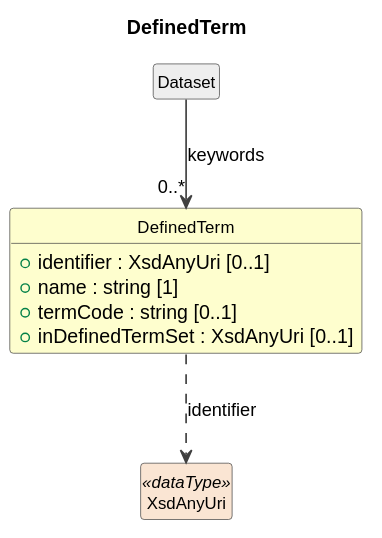
Cross-Domain-Interoperability-Framework/metadataBuildingBlocks keeps this PlantUML diagram as cdif-uml-model/_plantuml/cdifDiscovery/Classes/DefinedTerm.svg. Above is the earlier version. The source it was exported from:
```plantuml
@startuml
title DefinedTerm
hide circle
hide empty members
skinparam shadowing false
skinparam ArrowThickness 1.2
skinparam class {
  ArrowColor #404040
  BorderColor #404040
  FontSize 12
}

class "DefinedTerm" as DefinedTerm #FEFECE {
  +identifier : XsdAnyUri [0..1]
  +name : string [1]
  +termCode : string [0..1]
  +inDefinedTermSet : XsdAnyUri [0..1]
}
class "Dataset" as Dataset #EEEEEE
Dataset --> "0..*" DefinedTerm : keywords
class "XsdAnyUri" as XsdAnyUri <<dataType>> #FAE5D3
DefinedTerm ..> XsdAnyUri : identifier
@enduml
```
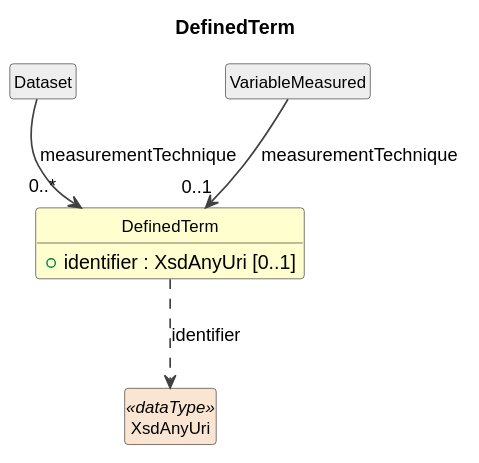
After the change.

What changed in the source:
```diff
@@ -12,12 +12,11 @@
 
 class "DefinedTerm" as DefinedTerm #FEFECE {
   +identifier : XsdAnyUri [0..1]
-  +name : string [1]
-  +termCode : string [0..1]
-  +inDefinedTermSet : XsdAnyUri [0..1]
 }
 class "Dataset" as Dataset #EEEEEE
-Dataset --> "0..*" DefinedTerm : keywords
+Dataset --> "0..*" DefinedTerm : measurementTechnique
+class "VariableMeasured" as VariableMeasured #EEEEEE
+VariableMeasured --> "0..1" DefinedTerm : measurementTechnique
 class "XsdAnyUri" as XsdAnyUri <<dataType>> #FAE5D3
 DefinedTerm ..> XsdAnyUri : identifier
 @enduml
```
